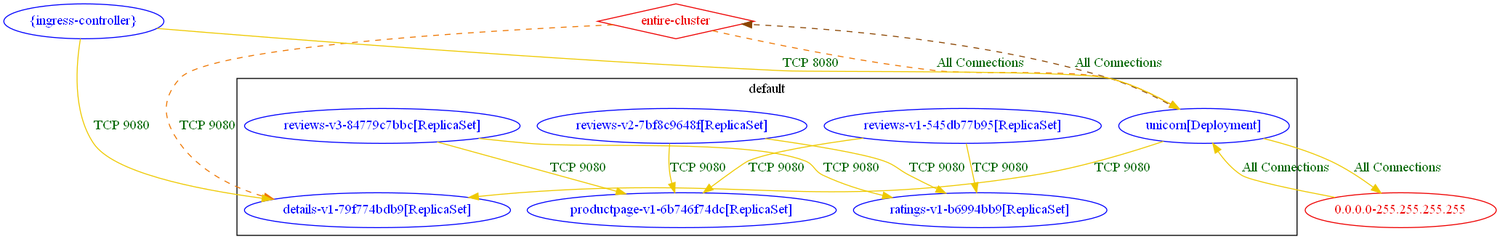
np-guard/netpol-analyzer keeps this Graphviz diagram as test_outputs/connlist/k8s_ingress_test_new_exposure_output.dot.png. Above is the earlier version. Its source is kept beside it as test_outputs/connlist/k8s_ingress_test_new_exposure_output.dot. The source it was exported from:
```dot
digraph {
	subgraph "cluster_default" {
		color="black"
		fontcolor="black"
		"default/details-v1-79f774bdb9[ReplicaSet]" [label="details-v1-79f774bdb9[ReplicaSet]" color="blue" fontcolor="blue"]
		"default/productpage-v1-6b746f74dc[ReplicaSet]" [label="productpage-v1-6b746f74dc[ReplicaSet]" color="blue" fontcolor="blue"]
		"default/ratings-v1-b6994bb9[ReplicaSet]" [label="ratings-v1-b6994bb9[ReplicaSet]" color="blue" fontcolor="blue"]
		"default/reviews-v1-545db77b95[ReplicaSet]" [label="reviews-v1-545db77b95[ReplicaSet]" color="blue" fontcolor="blue"]
		"default/reviews-v2-7bf8c9648f[ReplicaSet]" [label="reviews-v2-7bf8c9648f[ReplicaSet]" color="blue" fontcolor="blue"]
		"default/reviews-v3-84779c7bbc[ReplicaSet]" [label="reviews-v3-84779c7bbc[ReplicaSet]" color="blue" fontcolor="blue"]
		"default/unicorn[Deployment]" [label="unicorn[Deployment]" color="blue" fontcolor="blue"]
		label="default"
	}
	"0.0.0.0-255.255.255.255" [label="0.0.0.0-255.255.255.255" color="red2" fontcolor="red2"]
	"entire-cluster" [label="entire-cluster" color="red2" fontcolor="red2" shape=diamond]
	"{ingress-controller}" [label="{ingress-controller}" color="blue" fontcolor="blue"]
	"0.0.0.0-255.255.255.255" -> "default/unicorn[Deployment]" [label="All Connections" color="gold2" fontcolor="darkgreen" weight=0.5]
	"default/reviews-v1-545db77b95[ReplicaSet]" -> "default/productpage-v1-6b746f74dc[ReplicaSet]" [label="TCP 9080" color="gold2" fontcolor="darkgreen" weight=1]
	"default/reviews-v1-545db77b95[ReplicaSet]" -> "default/ratings-v1-b6994bb9[ReplicaSet]" [label="TCP 9080" color="gold2" fontcolor="darkgreen" weight=1]
	"default/reviews-v2-7bf8c9648f[ReplicaSet]" -> "default/productpage-v1-6b746f74dc[ReplicaSet]" [label="TCP 9080" color="gold2" fontcolor="darkgreen" weight=1]
	"default/reviews-v2-7bf8c9648f[ReplicaSet]" -> "default/ratings-v1-b6994bb9[ReplicaSet]" [label="TCP 9080" color="gold2" fontcolor="darkgreen" weight=1]
	"default/reviews-v3-84779c7bbc[ReplicaSet]" -> "default/productpage-v1-6b746f74dc[ReplicaSet]" [label="TCP 9080" color="gold2" fontcolor="darkgreen" weight=1]
	"default/reviews-v3-84779c7bbc[ReplicaSet]" -> "default/ratings-v1-b6994bb9[ReplicaSet]" [label="TCP 9080" color="gold2" fontcolor="darkgreen" weight=1]
	"default/unicorn[Deployment]" -> "0.0.0.0-255.255.255.255" [label="All Connections" color="gold2" fontcolor="darkgreen" weight=1]
	"default/unicorn[Deployment]" -> "default/details-v1-79f774bdb9[ReplicaSet]" [label="TCP 9080" color="gold2" fontcolor="darkgreen" weight=1]
	"default/unicorn[Deployment]" -> "entire-cluster" [label="All Connections" color="darkorange4" fontcolor="darkgreen" weight=0.5 style=dashed]
	"entire-cluster" -> "default/details-v1-79f774bdb9[ReplicaSet]" [label="TCP 9080" color="darkorange2" fontcolor="darkgreen" weight=1 style=dashed]
	"entire-cluster" -> "default/unicorn[Deployment]" [label="All Connections" color="darkorange2" fontcolor="darkgreen" weight=1 style=dashed]
	"{ingress-controller}" -> "default/details-v1-79f774bdb9[ReplicaSet]" [label="TCP 9080" color="gold2" fontcolor="darkgreen" weight=1]
	"{ingress-controller}" -> "default/unicorn[Deployment]" [label="TCP 8080" color="gold2" fontcolor="darkgreen" weight=1]
}
```
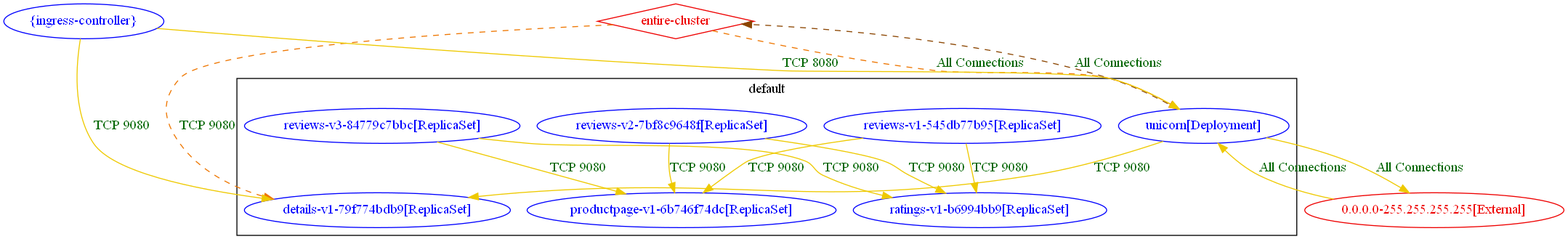
The same diagram one commit later.

Change to the diagram source:
```diff
@@ -11,17 +11,17 @@
 		"default/unicorn[Deployment]" [label="unicorn[Deployment]" color="blue" fontcolor="blue"]
 		label="default"
 	}
-	"0.0.0.0-255.255.255.255" [label="0.0.0.0-255.255.255.255" color="red2" fontcolor="red2"]
+	"0.0.0.0-255.255.255.255[External]" [label="0.0.0.0-255.255.255.255[External]" color="red2" fontcolor="red2"]
 	"entire-cluster" [label="entire-cluster" color="red2" fontcolor="red2" shape=diamond]
 	"{ingress-controller}" [label="{ingress-controller}" color="blue" fontcolor="blue"]
-	"0.0.0.0-255.255.255.255" -> "default/unicorn[Deployment]" [label="All Connections" color="gold2" fontcolor="darkgreen" weight=0.5]
+	"0.0.0.0-255.255.255.255[External]" -> "default/unicorn[Deployment]" [label="All Connections" color="gold2" fontcolor="darkgreen" weight=0.5]
 	"default/reviews-v1-545db77b95[ReplicaSet]" -> "default/productpage-v1-6b746f74dc[ReplicaSet]" [label="TCP 9080" color="gold2" fontcolor="darkgreen" weight=1]
 	"default/reviews-v1-545db77b95[ReplicaSet]" -> "default/ratings-v1-b6994bb9[ReplicaSet]" [label="TCP 9080" color="gold2" fontcolor="darkgreen" weight=1]
 	"default/reviews-v2-7bf8c9648f[ReplicaSet]" -> "default/productpage-v1-6b746f74dc[ReplicaSet]" [label="TCP 9080" color="gold2" fontcolor="darkgreen" weight=1]
 	"default/reviews-v2-7bf8c9648f[ReplicaSet]" -> "default/ratings-v1-b6994bb9[ReplicaSet]" [label="TCP 9080" color="gold2" fontcolor="darkgreen" weight=1]
 	"default/reviews-v3-84779c7bbc[ReplicaSet]" -> "default/productpage-v1-6b746f74dc[ReplicaSet]" [label="TCP 9080" color="gold2" fontcolor="darkgreen" weight=1]
 	"default/reviews-v3-84779c7bbc[ReplicaSet]" -> "default/ratings-v1-b6994bb9[ReplicaSet]" [label="TCP 9080" color="gold2" fontcolor="darkgreen" weight=1]
-	"default/unicorn[Deployment]" -> "0.0.0.0-255.255.255.255" [label="All Connections" color="gold2" fontcolor="darkgreen" weight=1]
+	"default/unicorn[Deployment]" -> "0.0.0.0-255.255.255.255[External]" [label="All Connections" color="gold2" fontcolor="darkgreen" weight=1]
 	"default/unicorn[Deployment]" -> "default/details-v1-79f774bdb9[ReplicaSet]" [label="TCP 9080" color="gold2" fontcolor="darkgreen" weight=1]
 	"default/unicorn[Deployment]" -> "entire-cluster" [label="All Connections" color="darkorange4" fontcolor="darkgreen" weight=0.5 style=dashed]
 	"entire-cluster" -> "default/details-v1-79f774bdb9[ReplicaSet]" [label="TCP 9080" color="darkorange2" fontcolor="darkgreen" weight=1 style=dashed]
```
